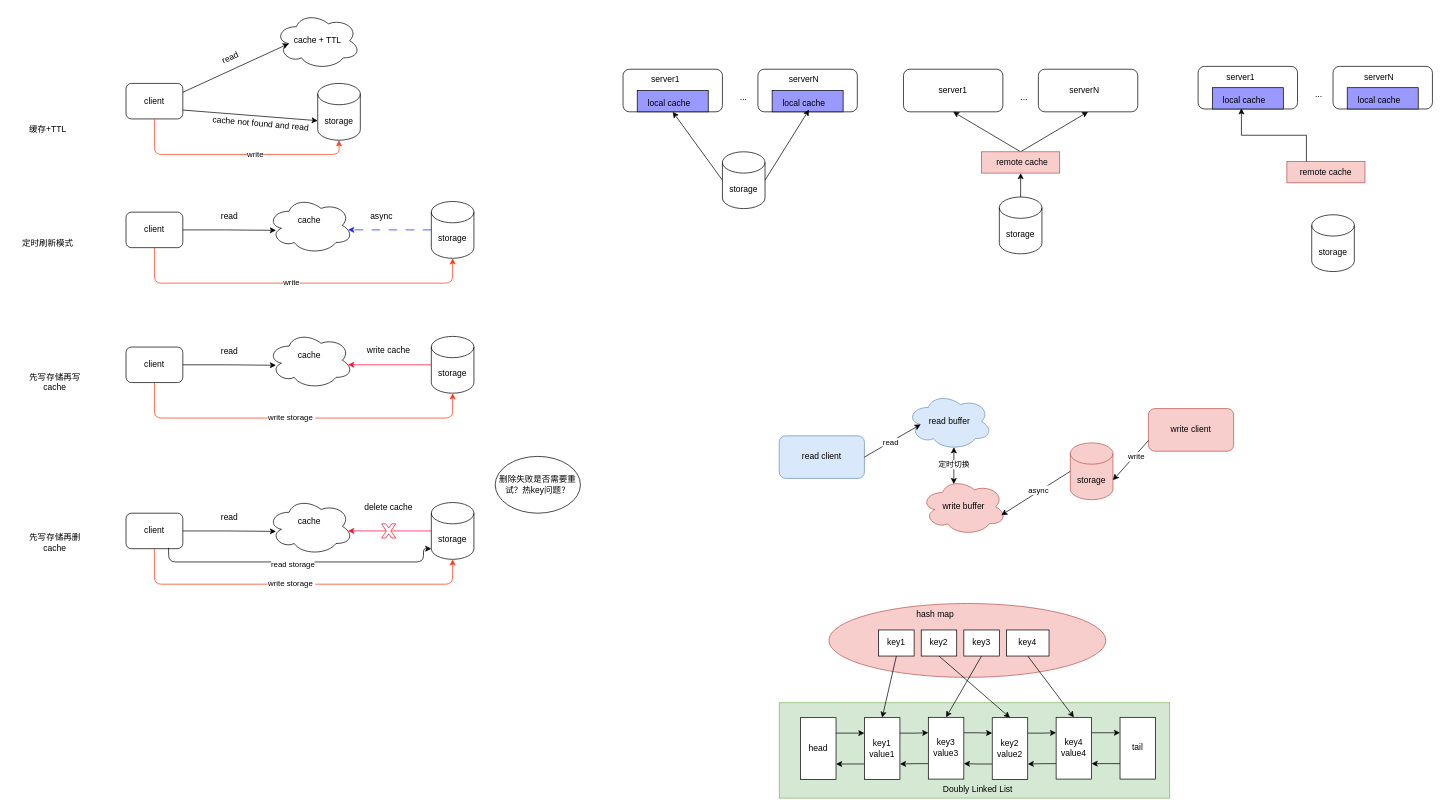
This is page "cache" (3 of 6) of source/diagrams/tech.drawio from wxquare/wxquare.github.io, a draw.io file, before an edit. Source tidied: cells renumbered, new cells numbered last; positions are measured from the earlier drawing's top-left corner, leaving out a move shared by most shapes. Both pictures are drawn from the tidied source at 71%, with x=0, y=0 at pixel (12, 12).
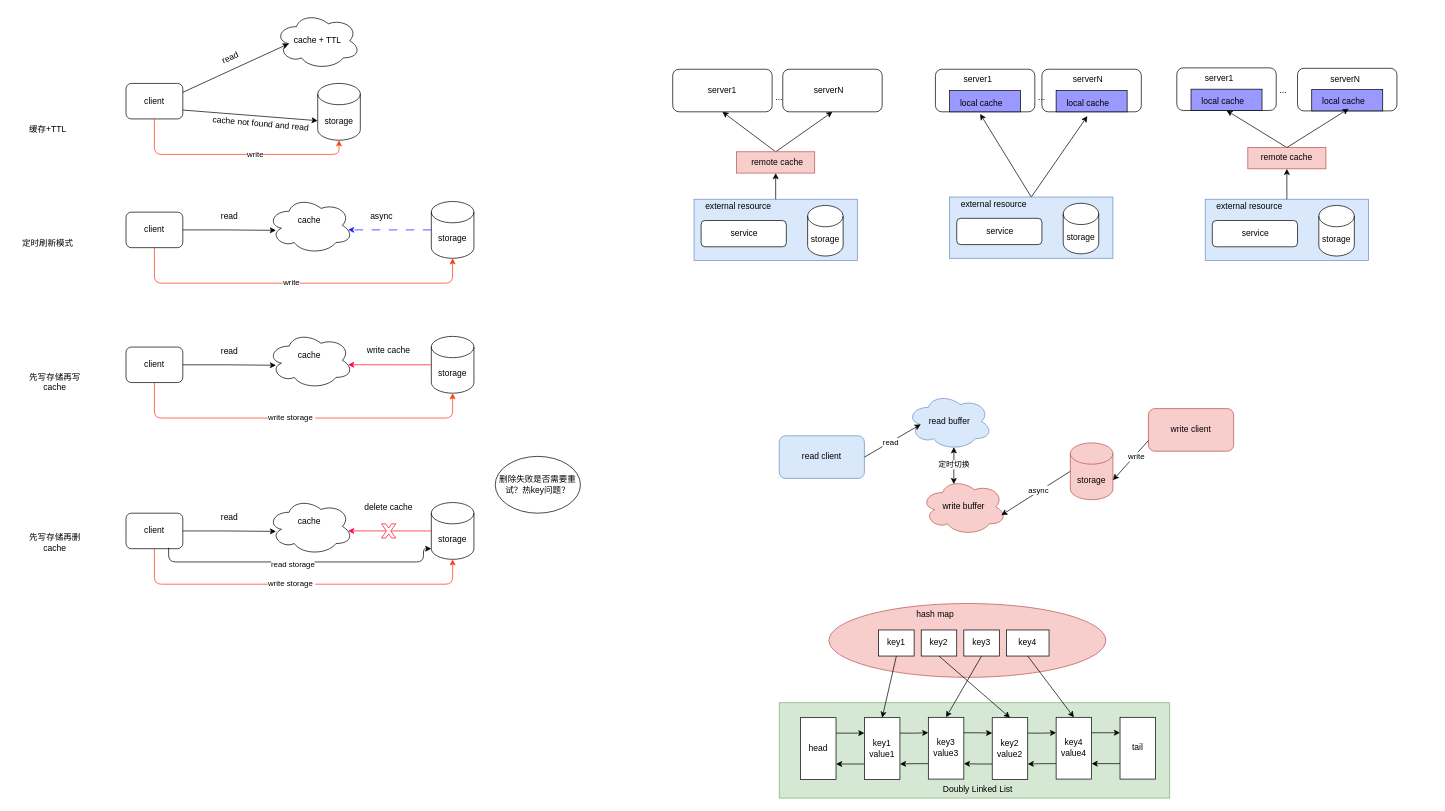
The same page after the edit.

What changed in the source:
```diff
@@
+    <mxCell id="122" style="rounded=0;jettySize=auto;html=1;exitX=0.5;exitY=0;exitDx=0;exitDy=0;entryX=0.44;entryY=1.2;entryDx=0;entryDy=0;entryPerimeter=0;" parent="1" edge="1" source="126" target="93">
+      <mxGeometry relative="1" as="geometry" />
+    </mxCell>
@@
     <mxCell id="87" style="rounded=1;whiteSpace=wrap;html=1;" parent="1" vertex="1">
-      <mxGeometry x="860" y="80" width="140" height="60" as="geometry" />
+      <mxGeometry x="1300" y="80" width="140" height="60" as="geometry" />
     </mxCell>
-    <mxCell id="88" style="rounded=0;jettySize=auto;html=1;exitX=0;exitY=0.5;exitDx=0;exitDy=0;exitPerimeter=0;entryX=0.5;entryY=1;entryDx=0;entryDy=0;" parent="1" edge="1" source="89" target="90">
-      <mxGeometry relative="1" as="geometry" />
-    </mxCell>
-    <mxCell id="89" value="storage" style="shape=cylinder3;whiteSpace=wrap;html=1;boundedLbl=1;backgroundOutline=1;size=15;" parent="1" vertex="1">
-      <mxGeometry x="1000" y="196.3" width="60" height="80" as="geometry" />
-    </mxCell>
     <mxCell id="90" style="rounded=0;whiteSpace=wrap;html=1;fillColor=#9999FF;" parent="1" vertex="1">
-      <mxGeometry x="880" y="110" width="100" height="30" as="geometry" />
+      <mxGeometry x="1320" y="110" width="100" height="30" as="geometry" />
     </mxCell>
     <mxCell id="91" value="local cache" style="text;html=1;strokeColor=none;fillColor=none;align=center;verticalAlign=middle;whiteSpace=wrap;rounded=0;" parent="1" vertex="1">
-      <mxGeometry x="890" y="120" width="70" height="15" as="geometry" />
+      <mxGeometry x="1330" y="120" width="70" height="15" as="geometry" />
     </mxCell>
     <mxCell id="92" style="rounded=1;whiteSpace=wrap;html=1;" parent="1" vertex="1">
-      <mxGeometry x="1050" y="80" width="140" height="60" as="geometry" />
+      <mxGeometry x="1450" y="80" width="140" height="60" as="geometry" />
     </mxCell>
     <mxCell id="93" style="rounded=0;whiteSpace=wrap;html=1;fillColor=#9999FF;" parent="1" vertex="1">
-      <mxGeometry x="1070" y="110" width="100" height="30" as="geometry" />
+      <mxGeometry x="1470" y="110" width="100" height="30" as="geometry" />
     </mxCell>
     <mxCell id="94" value="local cache" style="text;html=1;strokeColor=none;fillColor=none;align=center;verticalAlign=middle;whiteSpace=wrap;rounded=0;" parent="1" vertex="1">
-      <mxGeometry x="1080" y="120" width="70" height="15" as="geometry" />
+      <mxGeometry x="1480" y="120" width="70" height="15" as="geometry" />
     </mxCell>
     <mxCell id="95" value="server1" style="text;html=1;strokeColor=none;fillColor=none;align=center;verticalAlign=middle;whiteSpace=wrap;rounded=0;" parent="1" vertex="1">
-      <mxGeometry x="890" y="80" width="60" height="30" as="geometry" />
+      <mxGeometry x="1330" y="80" width="60" height="30" as="geometry" />
     </mxCell>
     <mxCell id="96" value="serverN" style="text;html=1;strokeColor=none;fillColor=none;align=center;verticalAlign=middle;whiteSpace=wrap;rounded=0;" parent="1" vertex="1">
-      <mxGeometry x="1085" y="80" width="60" height="30" as="geometry" />
+      <mxGeometry x="1485" y="80" width="60" height="30" as="geometry" />
     </mxCell>
     <mxCell id="97" value="..." style="text;html=1;strokeColor=none;fillColor=none;align=center;verticalAlign=middle;whiteSpace=wrap;rounded=0;" parent="1" vertex="1">
-      <mxGeometry x="1000" y="105" width="60" height="30" as="geometry" />
+      <mxGeometry x="1420" y="105" width="60" height="30" as="geometry" />
     </mxCell>
-    <mxCell id="98" style="rounded=0;jettySize=auto;html=1;exitX=1;exitY=0.5;exitDx=0;exitDy=0;exitPerimeter=0;entryX=0.6;entryY=1.133;entryDx=0;entryDy=0;entryPerimeter=0;" parent="1" edge="1" source="89" target="94">
-      <mxGeometry relative="1" as="geometry" />
-    </mxCell>
     <mxCell id="99" style="rounded=1;whiteSpace=wrap;html=1;" parent="1" vertex="1">
-      <mxGeometry x="1255" y="80" width="140" height="60" as="geometry" />
+      <mxGeometry x="930" y="80" width="140" height="60" as="geometry" />
     </mxCell>
-    <mxCell id="100" style="edgeStyle=orthogonalEdgeStyle;rounded=0;jettySize=auto;html=1;exitX=0.5;exitY=0;exitDx=0;exitDy=0;exitPerimeter=0;entryX=0.5;entryY=1;entryDx=0;entryDy=0;" parent="1" edge="1" source="101" target="104">
-      <mxGeometry relative="1" as="geometry" />
-    </mxCell>
-    <mxCell id="101" value="storage" style="shape=cylinder3;whiteSpace=wrap;html=1;boundedLbl=1;backgroundOutline=1;size=15;" parent="1" vertex="1">
-      <mxGeometry x="1390" y="260" width="60" height="80" as="geometry" />
-    </mxCell>
@@
     <mxCell id="104" style="rounded=0;whiteSpace=wrap;html=1;fillColor=#f8cecc;strokeColor=#b85450;" parent="1" vertex="1">
-      <mxGeometry x="1365" y="196.3" width="110" height="30" as="geometry" />
+      <mxGeometry x="1020" y="196.3" width="110" height="30" as="geometry" />
     </mxCell>
     <mxCell id="105" style="rounded=1;whiteSpace=wrap;html=1;" parent="1" vertex="1">
-      <mxGeometry x="1445" y="80" width="140" height="60" as="geometry" />
+      <mxGeometry x="1085" y="80" width="140" height="60" as="geometry" />
     </mxCell>
     <mxCell id="106" value="server1" style="text;html=1;strokeColor=none;fillColor=none;align=center;verticalAlign=middle;whiteSpace=wrap;rounded=0;" parent="1" vertex="1">
-      <mxGeometry x="1295" y="95" width="60" height="30" as="geometry" />
+      <mxGeometry x="970" y="95" width="60" height="30" as="geometry" />
     </mxCell>
     <mxCell id="107" value="serverN" style="text;html=1;strokeColor=none;fillColor=none;align=center;verticalAlign=middle;whiteSpace=wrap;rounded=0;" parent="1" vertex="1">
-      <mxGeometry x="1480" y="95" width="60" height="30" as="geometry" />
+      <mxGeometry x="1120" y="95" width="60" height="30" as="geometry" />
     </mxCell>
     <mxCell id="108" value="..." style="text;html=1;strokeColor=none;fillColor=none;align=center;verticalAlign=middle;whiteSpace=wrap;rounded=0;" parent="1" vertex="1">
-      <mxGeometry x="1395" y="105" width="60" height="30" as="geometry" />
+      <mxGeometry x="1050" y="105" width="60" height="30" as="geometry" />
     </mxCell>
     <mxCell id="109" value="remote cache" style="text;html=1;strokeColor=none;fillColor=none;align=center;verticalAlign=middle;whiteSpace=wrap;rounded=0;" parent="1" vertex="1">
-      <mxGeometry x="1380" y="203.8" width="85" height="15" as="geometry" />
+      <mxGeometry x="1035" y="203.8" width="85" height="15" as="geometry" />
     </mxCell>
     <mxCell id="110" style="rounded=1;whiteSpace=wrap;html=1;" parent="1" vertex="1">
-      <mxGeometry x="1670" y="76" width="140" height="60" as="geometry" />
+      <mxGeometry x="1640" y="78.1" width="140" height="60" as="geometry" />
     </mxCell>
-    <mxCell id="111" value="storage" style="shape=cylinder3;whiteSpace=wrap;html=1;boundedLbl=1;backgroundOutline=1;size=15;" parent="1" vertex="1">
-      <mxGeometry x="1830" y="285" width="60" height="80" as="geometry" />
-    </mxCell>
     <mxCell id="112" style="rounded=0;whiteSpace=wrap;html=1;fillColor=#9999FF;" parent="1" vertex="1">
-      <mxGeometry x="1690" y="106" width="100" height="30" as="geometry" />
+      <mxGeometry x="1660" y="108.1" width="100" height="30" as="geometry" />
     </mxCell>
     <mxCell id="113" value="local cache" style="text;html=1;strokeColor=none;fillColor=none;align=center;verticalAlign=middle;whiteSpace=wrap;rounded=0;" parent="1" vertex="1">
-      <mxGeometry x="1700" y="116" width="70" height="15" as="geometry" />
+      <mxGeometry x="1670" y="118.1" width="70" height="15" as="geometry" />
     </mxCell>
     <mxCell id="114" style="rounded=1;whiteSpace=wrap;html=1;" parent="1" vertex="1">
-      <mxGeometry x="1860" y="76" width="140" height="60" as="geometry" />
+      <mxGeometry x="1810" y="78.7" width="140" height="60" as="geometry" />
     </mxCell>
     <mxCell id="115" style="rounded=0;whiteSpace=wrap;html=1;fillColor=#9999FF;" parent="1" vertex="1">
-      <mxGeometry x="1880" y="106" width="100" height="30" as="geometry" />
+      <mxGeometry x="1830" y="108.7" width="100" height="30" as="geometry" />
     </mxCell>
     <mxCell id="116" value="local cache" style="text;html=1;strokeColor=none;fillColor=none;align=center;verticalAlign=middle;whiteSpace=wrap;rounded=0;" parent="1" vertex="1">
-      <mxGeometry x="1890" y="116" width="70" height="15" as="geometry" />
+      <mxGeometry x="1840" y="118.7" width="70" height="15" as="geometry" />
     </mxCell>
     <mxCell id="117" value="server1" style="text;html=1;strokeColor=none;fillColor=none;align=center;verticalAlign=middle;whiteSpace=wrap;rounded=0;" parent="1" vertex="1">
-      <mxGeometry x="1700" y="76" width="60" height="30" as="geometry" />
+      <mxGeometry x="1670" y="78.1" width="60" height="30" as="geometry" />
     </mxCell>
     <mxCell id="118" value="serverN" style="text;html=1;strokeColor=none;fillColor=none;align=center;verticalAlign=middle;whiteSpace=wrap;rounded=0;" parent="1" vertex="1">
-      <mxGeometry x="1895" y="76" width="60" height="30" as="geometry" />
+      <mxGeometry x="1845" y="78.7" width="65" height="30" as="geometry" />
     </mxCell>
     <mxCell id="119" value="..." style="text;html=1;strokeColor=none;fillColor=none;align=center;verticalAlign=middle;whiteSpace=wrap;rounded=0;" parent="1" vertex="1">
-      <mxGeometry x="1810" y="101" width="60" height="30" as="geometry" />
+      <mxGeometry x="1760" y="95" width="60" height="30" as="geometry" />
     </mxCell>
+    <mxCell id="121" style="rounded=0;jettySize=auto;html=1;exitX=0.5;exitY=0;exitDx=0;exitDy=0;entryX=0.5;entryY=1;entryDx=0;entryDy=0;" parent="1" edge="1" source="120" target="112">
+      <mxGeometry relative="1" as="geometry" />
+    </mxCell>
     <mxCell id="120" value="remote cache" style="rounded=0;whiteSpace=wrap;html=1;fillColor=#f8cecc;strokeColor=#b85450;" parent="1" vertex="1">
-      <mxGeometry x="1795" y="210" width="110" height="30" as="geometry" />
+      <mxGeometry x="1740" y="190.3" width="110" height="30" as="geometry" />
     </mxCell>
-    <mxCell id="121" style="edgeStyle=orthogonalEdgeStyle;rounded=0;jettySize=auto;html=1;exitX=0.25;exitY=0;exitDx=0;exitDy=0;entryX=0.41;entryY=0.967;entryDx=0;entryDy=0;entryPerimeter=0;" parent="1" edge="1" source="120" target="112">
-      <mxGeometry relative="1" as="geometry" />
-    </mxCell>
+    <mxCell id="123" style="rounded=0;jettySize=auto;html=1;exitX=0.5;exitY=0;exitDx=0;exitDy=0;entryX=0.6;entryY=1.133;entryDx=0;entryDy=0;entryPerimeter=0;" parent="1" edge="1" source="120" target="116">
+      <mxGeometry relative="1" as="geometry" />
+    </mxCell>
+    <mxCell id="124" style="rounded=0;jettySize=auto;html=1;exitX=0.5;exitY=0;exitDx=0;exitDy=0;entryX=0.43;entryY=1.1;entryDx=0;entryDy=0;entryPerimeter=0;" parent="1" edge="1" source="126" target="90">
+      <mxGeometry relative="1" as="geometry" />
+    </mxCell>
+    <mxCell id="125" style="group;" parent="1" vertex="1">
+      <mxGeometry x="1320" y="260" width="230" height="86.3" as="geometry" />
+    </mxCell>
+    <mxCell id="126" style="rounded=0;whiteSpace=wrap;html=1;fillColor=#dae8fc;strokeColor=#6c8ebf;" parent="125" vertex="1">
+      <mxGeometry width="230" height="86.3" as="geometry" />
+    </mxCell>
+    <mxCell id="89" value="storage" style="shape=cylinder3;whiteSpace=wrap;html=1;boundedLbl=1;backgroundOutline=1;size=15;" parent="125" vertex="1">
+      <mxGeometry x="160" y="8.8" width="50" height="71.2" as="geometry" />
+    </mxCell>
+    <mxCell id="127" style="rounded=1;whiteSpace=wrap;html=1;" parent="125" vertex="1">
+      <mxGeometry x="10" y="30" width="120" height="37" as="geometry" />
+    </mxCell>
+    <mxCell id="128" value="service" style="text;html=1;align=center;verticalAlign=middle;whiteSpace=wrap;rounded=0;" parent="125" vertex="1">
+      <mxGeometry x="21" y="36.5" width="100" height="24" as="geometry" />
+    </mxCell>
+    <mxCell id="129" value="external resource" style="text;html=1;align=center;verticalAlign=middle;whiteSpace=wrap;rounded=0;" parent="125" vertex="1">
+      <mxGeometry x="10" width="105" height="20" as="geometry" />
+    </mxCell>
+    <mxCell id="130" style="group;" parent="1" vertex="1">
+      <mxGeometry x="960" y="263.1" width="230" height="86.3" as="geometry" />
+    </mxCell>
+    <mxCell id="131" style="rounded=0;whiteSpace=wrap;html=1;fillColor=#dae8fc;strokeColor=#6c8ebf;" parent="130" vertex="1">
+      <mxGeometry width="230" height="86.3" as="geometry" />
+    </mxCell>
+    <mxCell id="132" value="storage" style="shape=cylinder3;whiteSpace=wrap;html=1;boundedLbl=1;backgroundOutline=1;size=15;" parent="130" vertex="1">
+      <mxGeometry x="160" y="8.8" width="50" height="71.2" as="geometry" />
+    </mxCell>
+    <mxCell id="133" style="rounded=1;whiteSpace=wrap;html=1;" parent="130" vertex="1">
+      <mxGeometry x="10" y="30" width="120" height="37" as="geometry" />
+    </mxCell>
+    <mxCell id="134" value="service" style="text;html=1;align=center;verticalAlign=middle;whiteSpace=wrap;rounded=0;" parent="130" vertex="1">
+      <mxGeometry x="21" y="36.5" width="100" height="24" as="geometry" />
+    </mxCell>
+    <mxCell id="135" value="external resource" style="text;html=1;align=center;verticalAlign=middle;whiteSpace=wrap;rounded=0;" parent="130" vertex="1">
+      <mxGeometry x="10" width="105" height="20" as="geometry" />
+    </mxCell>
+    <mxCell id="136" style="edgeStyle=orthogonalEdgeStyle;rounded=0;jettySize=auto;html=1;exitX=0.5;exitY=0;exitDx=0;exitDy=0;entryX=0.5;entryY=1;entryDx=0;entryDy=0;" parent="1" edge="1" source="131" target="104">
+      <mxGeometry relative="1" as="geometry" />
+    </mxCell>
+    <mxCell id="137" style="group;" parent="1" vertex="1">
+      <mxGeometry x="1680" y="263.1" width="230" height="86.3" as="geometry" />
+    </mxCell>
+    <mxCell id="138" style="rounded=0;whiteSpace=wrap;html=1;fillColor=#dae8fc;strokeColor=#6c8ebf;" parent="137" vertex="1">
+      <mxGeometry width="230" height="86.3" as="geometry" />
+    </mxCell>
+    <mxCell id="139" value="storage" style="shape=cylinder3;whiteSpace=wrap;html=1;boundedLbl=1;backgroundOutline=1;size=15;" parent="137" vertex="1">
+      <mxGeometry x="160" y="8.8" width="50" height="71.2" as="geometry" />
+    </mxCell>
+    <mxCell id="140" style="rounded=1;whiteSpace=wrap;html=1;" parent="137" vertex="1">
+      <mxGeometry x="10" y="30" width="120" height="37" as="geometry" />
+    </mxCell>
+    <mxCell id="141" value="service" style="text;html=1;align=center;verticalAlign=middle;whiteSpace=wrap;rounded=0;" parent="137" vertex="1">
+      <mxGeometry x="21" y="36.5" width="100" height="24" as="geometry" />
+    </mxCell>
+    <mxCell id="142" value="external resource" style="text;html=1;align=center;verticalAlign=middle;whiteSpace=wrap;rounded=0;" parent="137" vertex="1">
+      <mxGeometry x="10" width="105" height="20" as="geometry" />
+    </mxCell>
+    <mxCell id="143" style="edgeStyle=orthogonalEdgeStyle;rounded=0;jettySize=auto;html=1;exitX=1;exitY=0;exitDx=0;exitDy=0;entryX=0.5;entryY=1;entryDx=0;entryDy=0;" parent="1" edge="1" source="142" target="120">
+      <mxGeometry relative="1" as="geometry" />
+    </mxCell>
```
